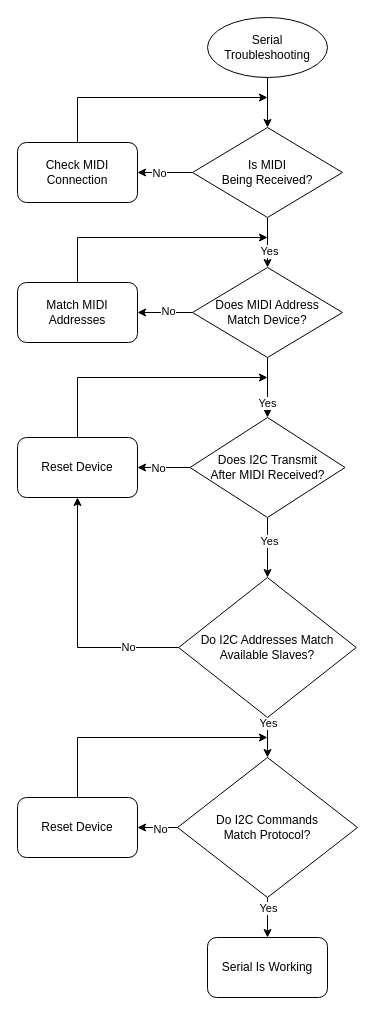
Above: Flowcharts/Serial Troubleshooting.drawio in Masaharu41/Midi-Bass-Guitar (draw.io), before the change. Source tidied: cells renumbered, new cells numbered last; positions are measured from the earlier drawing's top-left corner, leaving out a move shared by most shapes. Both pictures are drawn from the tidied source at 100%, with x=0, y=0 at pixel (17, 17).
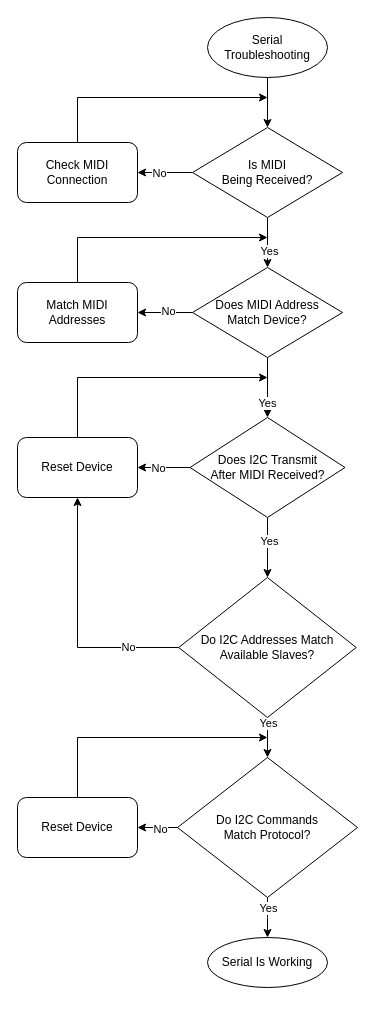
Above is the later version.

Unchanged cells that the change refers to:
```xml
<mxCell id="34" value="Do I2C Commands&lt;div&gt;Match Protocol?&lt;/div&gt;" style="rhombus;whiteSpace=wrap;html=1;" parent="1" vertex="1">
  <mxGeometry x="160" y="740" width="180" height="140" as="geometry" />
</mxCell>
```

Diff of the diagram source:
```diff
@@
-    <mxCell id="32" style="edgeStyle=orthogonalEdgeStyle;rounded=0;jettySize=auto;html=1;" parent="1" edge="1" source="34" target="37">
-      <mxGeometry relative="1" as="geometry" />
+    <mxCell id="32" style="edgeStyle=orthogonalEdgeStyle;rounded=0;jettySize=auto;html=1;" parent="1" edge="1" source="34">
+      <mxGeometry relative="1" as="geometry">
+        <mxPoint x="250" y="920" as="targetPoint" />
+      </mxGeometry>
     </mxCell>
@@
-    <mxCell id="37" value="Serial Is Working" style="rounded=1;whiteSpace=wrap;html=1;" parent="1" vertex="1">
-      <mxGeometry x="190" y="920" width="120" height="60" as="geometry" />
+    <mxCell id="37" value="Serial Is Working" style="ellipse;whiteSpace=wrap;html=1;" parent="1" vertex="1">
+      <mxGeometry x="190" y="920" width="120" height="50" as="geometry" />
     </mxCell>
```
